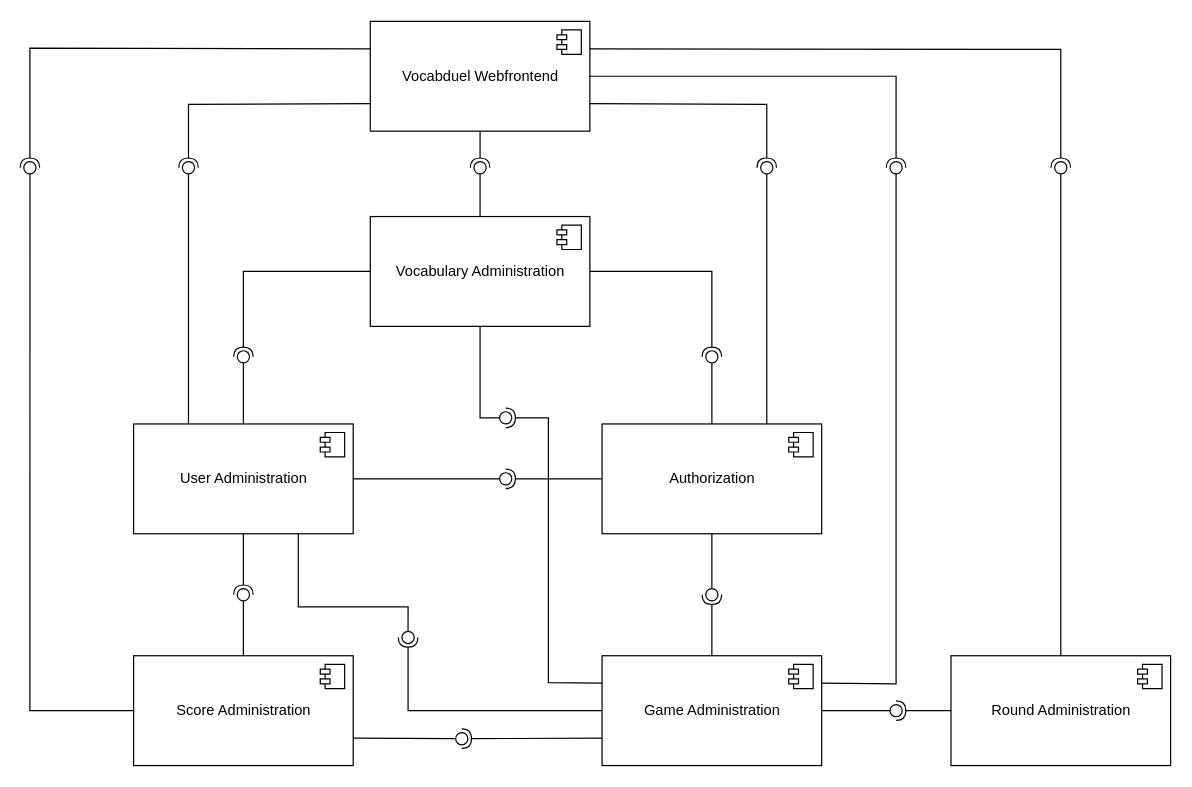
This is components_diagram.drawio from lucaslar/htw-kba-gr7-vocabduel-monorepo, a draw.io file, before an edit. Source tidied: cells renumbered, new cells numbered last; positions are measured from the earlier drawing's top-left corner, leaving out a move shared by most shapes. Both pictures are drawn from the tidied source at 122%, with x=0, y=0 at pixel (23, 21).
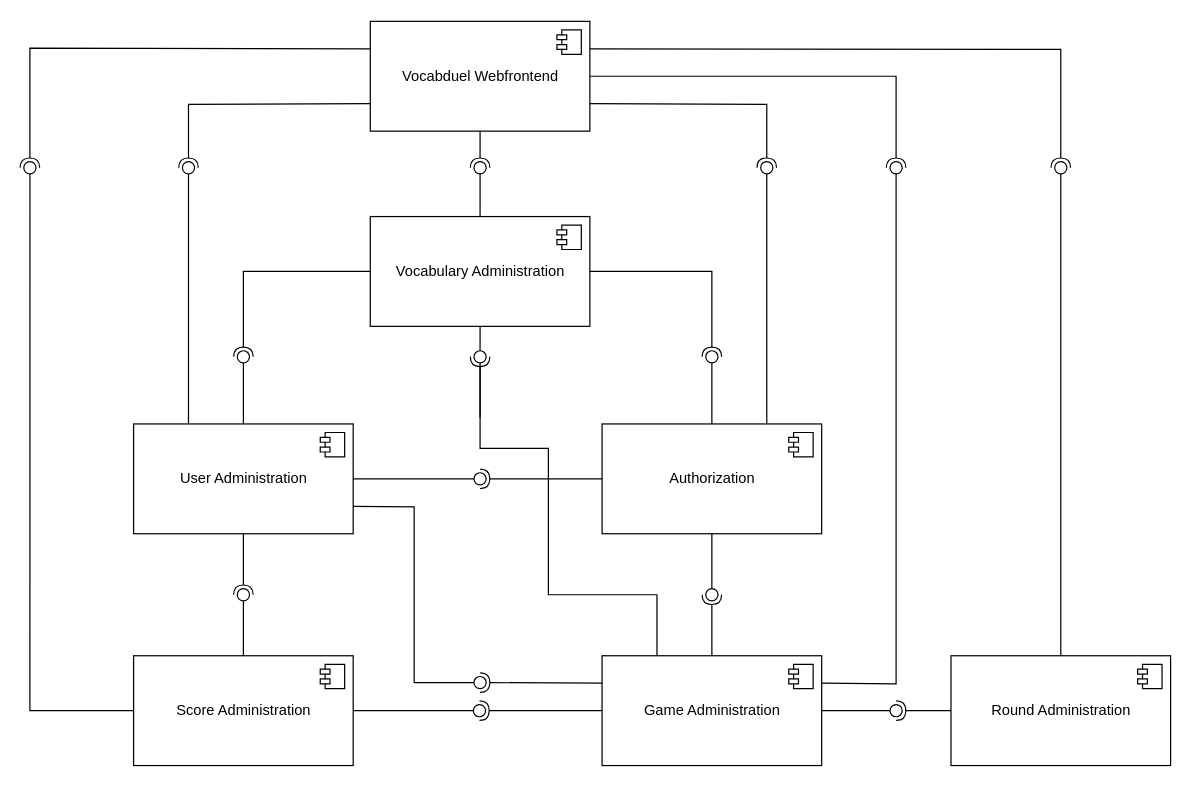
Above is the later version.

Commit message:
Improved alignment of connectors.

Unchanged cells that the change refers to:
```xml
<mxCell id="2" value="User Administration" style="html=1;" parent="1" vertex="1">
  <mxGeometry x="90" y="330" width="180" height="90" as="geometry" />
</mxCell>
<mxCell id="8" value="Game Administration" style="html=1;" parent="1" vertex="1">
  <mxGeometry x="474" y="520" width="180" height="90" as="geometry" />
</mxCell>
<mxCell id="12" value="Score Administration" style="html=1;" parent="1" vertex="1">
  <mxGeometry x="90" y="520" width="180" height="90" as="geometry" />
</mxCell>
```

What changed in the source:
```diff
@@
-    <mxCell id="30" style="rounded=0;jettySize=auto;html=1;endArrow=halfCircle;endFill=0;entryX=0.5;entryY=0.5;entryDx=0;entryDy=0;endSize=6;strokeWidth=1;exitX=0;exitY=0.25;exitDx=0;exitDy=0;" parent="1" edge="1" source="8" target="31">
+    <mxCell id="30" style="rounded=0;jettySize=auto;html=1;endArrow=halfCircle;endFill=0;entryX=0.5;entryY=0.5;entryDx=0;entryDy=0;endSize=6;strokeWidth=1;exitX=0.25;exitY=0;exitDx=0;exitDy=0;" parent="1" edge="1" source="8" target="31">
       <mxGeometry relative="1" as="geometry">
         <Array as="points">
-          <mxPoint x="430" y="542" />
-          <mxPoint x="430" y="325" />
+          <mxPoint x="519" y="470" />
+          <mxPoint x="430" y="470" />
+          <mxPoint x="430" y="350" />
+          <mxPoint x="374" y="350" />
         </Array>
       </mxGeometry>
     </mxCell>
     <mxCell id="31" style="ellipse;whiteSpace=wrap;html=1;fontFamily=Helvetica;fontSize=12;fontColor=#000000;align=center;strokeColor=#000000;fillColor=#ffffff;points=[];" parent="1" vertex="1">
-      <mxGeometry x="390" y="320" width="10" height="10" as="geometry" />
+      <mxGeometry x="369" y="270" width="10" height="10" as="geometry" />
     </mxCell>
@@
-    <mxCell id="35" style="rounded=0;jettySize=auto;html=1;endArrow=none;endFill=0;exitX=1;exitY=0.75;exitDx=0;exitDy=0;" parent="1" edge="1" source="12" target="37">
+    <mxCell id="35" style="rounded=0;jettySize=auto;html=1;endArrow=none;endFill=0;exitX=1;exitY=0.5;exitDx=0;exitDy=0;" parent="1" edge="1" source="12" target="37">
       <mxGeometry relative="1" as="geometry" />
     </mxCell>
-    <mxCell id="36" style="rounded=0;jettySize=auto;html=1;endArrow=halfCircle;endFill=0;entryX=0.5;entryY=0.5;entryDx=0;entryDy=0;endSize=6;strokeWidth=1;exitX=0;exitY=0.75;exitDx=0;exitDy=0;" parent="1" edge="1" source="8" target="37">
+    <mxCell id="36" style="rounded=0;jettySize=auto;html=1;endArrow=halfCircle;endFill=0;entryX=0.5;entryY=0.5;entryDx=0;entryDy=0;endSize=6;strokeWidth=1;exitX=0;exitY=0.5;exitDx=0;exitDy=0;" parent="1" edge="1" source="8" target="37">
       <mxGeometry relative="1" as="geometry" />
     </mxCell>
     <mxCell id="37" style="ellipse;whiteSpace=wrap;html=1;fontFamily=Helvetica;fontSize=12;fontColor=#000000;align=center;strokeColor=#000000;fillColor=#ffffff;points=[];" parent="1" vertex="1">
-      <mxGeometry x="354" y="583" width="10" height="10" as="geometry" />
+      <mxGeometry x="368.5" y="560" width="10" height="10" as="geometry" />
     </mxCell>
-    <mxCell id="38" style="rounded=0;jettySize=auto;html=1;endArrow=none;endFill=0;exitX=0.75;exitY=1;exitDx=0;exitDy=0;entryX=0.496;entryY=-0.024;entryDx=0;entryDy=0;entryPerimeter=0;" parent="1" edge="1" source="2" target="40">
+    <mxCell id="38" style="rounded=0;jettySize=auto;html=1;endArrow=none;endFill=0;exitX=1;exitY=0.75;exitDx=0;exitDy=0;entryX=-0.001;entryY=0.502;entryDx=0;entryDy=0;entryPerimeter=0;" parent="1" edge="1" source="2" target="40">
       <mxGeometry relative="1" as="geometry">
         <Array as="points">
-          <mxPoint x="225" y="480" />
-          <mxPoint x="315" y="480" />
+          <mxPoint x="320" y="398" />
+          <mxPoint x="320" y="542" />
         </Array>
       </mxGeometry>
     </mxCell>
-    <mxCell id="39" style="rounded=0;jettySize=auto;html=1;endArrow=halfCircle;endFill=0;entryX=0.5;entryY=0.5;entryDx=0;entryDy=0;endSize=6;strokeWidth=1;exitX=0;exitY=0.5;exitDx=0;exitDy=0;" parent="1" edge="1" source="8" target="40">
-      <mxGeometry relative="1" as="geometry">
-        <Array as="points">
-          <mxPoint x="315" y="565" />
-        </Array>
-      </mxGeometry>
+    <mxCell id="39" style="rounded=0;jettySize=auto;html=1;endArrow=halfCircle;endFill=0;entryX=0.5;entryY=0.5;entryDx=0;entryDy=0;endSize=6;strokeWidth=1;exitX=0;exitY=0.25;exitDx=0;exitDy=0;" parent="1" edge="1" source="8" target="40">
+      <mxGeometry relative="1" as="geometry" />
     </mxCell>
     <mxCell id="40" style="ellipse;whiteSpace=wrap;html=1;fontFamily=Helvetica;fontSize=12;fontColor=#000000;align=center;strokeColor=#000000;fillColor=#ffffff;points=[];" parent="1" vertex="1">
-      <mxGeometry x="310" y="500" width="10" height="10" as="geometry" />
+      <mxGeometry x="369" y="537" width="10" height="10" as="geometry" />
     </mxCell>
@@
     <mxCell id="46" style="ellipse;whiteSpace=wrap;html=1;fontFamily=Helvetica;fontSize=12;fontColor=#000000;align=center;strokeColor=#000000;fillColor=#ffffff;points=[];" parent="1" vertex="1">
-      <mxGeometry x="390" y="370" width="10" height="10" as="geometry" />
+      <mxGeometry x="369" y="370" width="10" height="10" as="geometry" />
     </mxCell>
```
